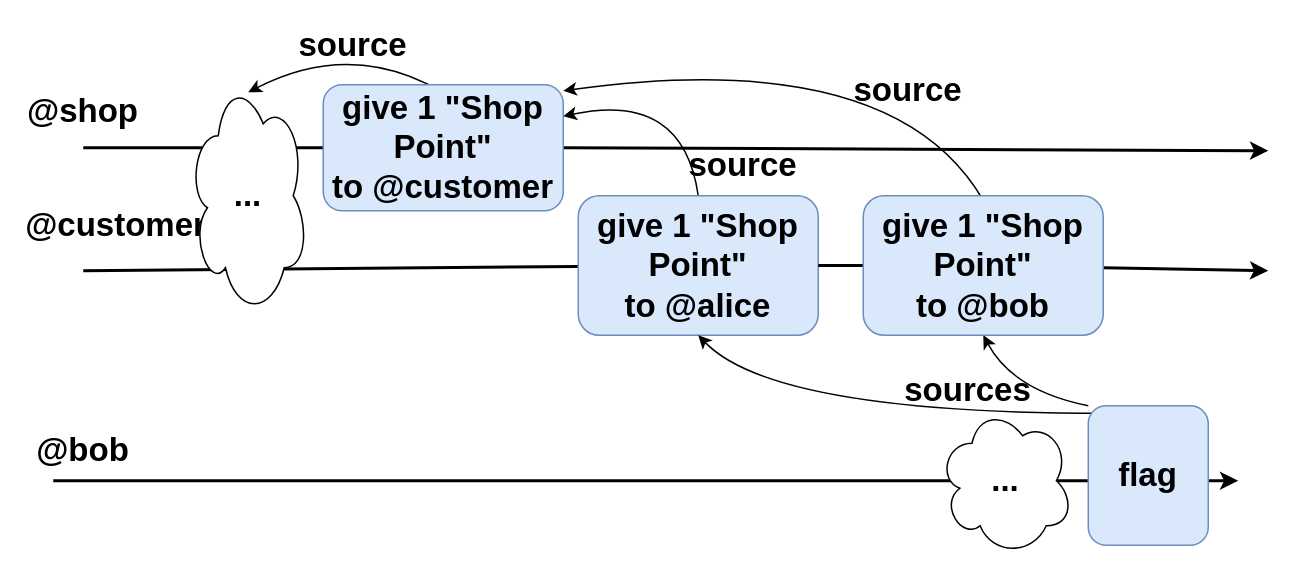
cn-uofbasel/local-tokens-paper keeps this draw.io diagram as figures/double-spend.drawio. Above is the earlier version. Source tidied: cells renumbered, new cells numbered last; positions are measured from the earlier drawing's top-left corner, leaving out a move shared by most shapes. Both pictures are drawn from the tidied source at 150%, with x=0, y=0 at pixel (52, 30).
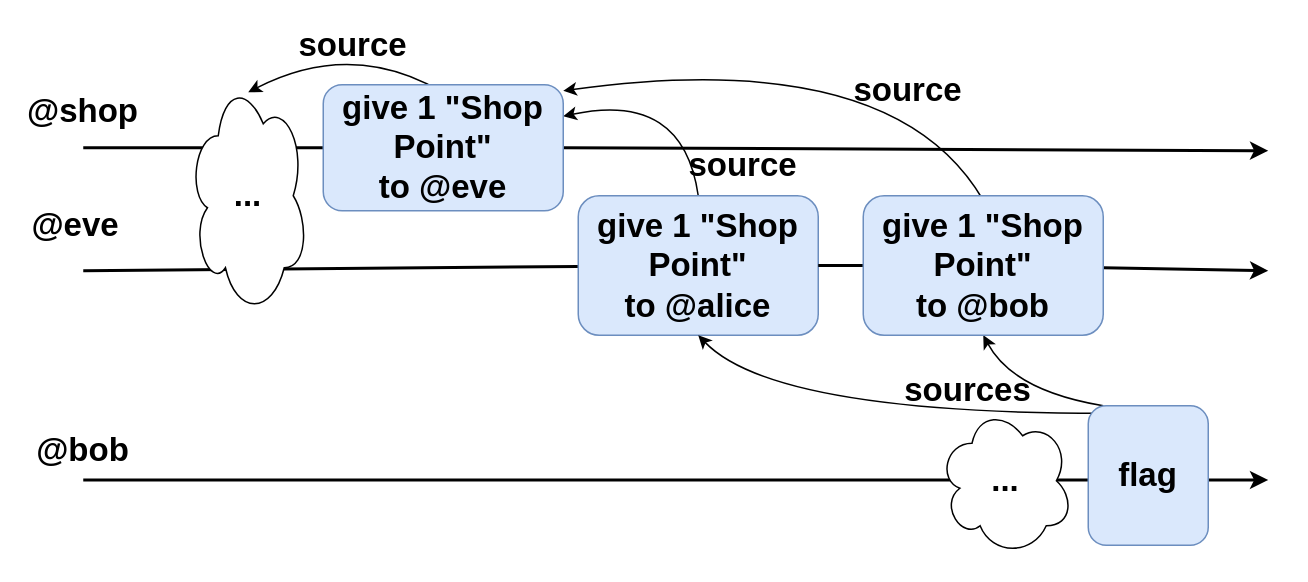
Above is the later version.

The change refers to these unchanged cells:
```xml
<mxCell id="23" value="flag" style="rounded=1;whiteSpace=wrap;html=1;fontSize=22;fillColor=#dae8fc;strokeColor=#6c8ebf;fontFamily=libertine;fontStyle=1;" parent="1" vertex="1">
  <mxGeometry x="690" y="250" width="80" height="93" as="geometry" />
</mxCell>
<mxCell id="24" value="give 1 &quot;Shop Point&quot;&lt;br style=&quot;font-size: 22px&quot;&gt;to @bob" style="rounded=1;whiteSpace=wrap;html=1;fontSize=22;fillColor=#dae8fc;strokeColor=#6c8ebf;fontFamily=libertine;fontStyle=1;" parent="1" vertex="1">
  <mxGeometry x="540" y="110" width="160" height="93" as="geometry" />
</mxCell>
```

Diff of the diagram source:
```diff
@@
-    <mxCell id="4" value="@customer" style="text;html=1;strokeColor=none;fillColor=none;align=center;verticalAlign=middle;whiteSpace=wrap;rounded=0;fontSize=22;fontFamily=libertine;fontStyle=1;" parent="1" vertex="1">
-      <mxGeometry x="22" y="120" width="40" height="20" as="geometry" />
+    <mxCell id="4" value="@eve" style="text;html=1;strokeColor=none;fillColor=none;align=center;verticalAlign=middle;whiteSpace=wrap;rounded=0;fontSize=22;fontFamily=libertine;fontStyle=1;" parent="1" vertex="1">
+      <mxGeometry x="-5" y="120" width="40" height="20" as="geometry" />
     </mxCell>
@@
-    <mxCell id="13" value="give 1 &quot;Shop Point&quot;&lt;br style=&quot;font-size: 22px;&quot;&gt;to @customer" style="rounded=1;whiteSpace=wrap;html=1;fontSize=22;fillColor=#dae8fc;strokeColor=#6c8ebf;fontFamily=libertine;fontStyle=1;" parent="1" vertex="1">
+    <mxCell id="13" value="give 1 &quot;Shop Point&quot;&lt;br style=&quot;font-size: 22px;&quot;&gt;to @eve" style="rounded=1;whiteSpace=wrap;html=1;fontSize=22;fillColor=#dae8fc;strokeColor=#6c8ebf;fontFamily=libertine;fontStyle=1;" parent="1" vertex="1">
       <mxGeometry x="180" y="36" width="160" height="84" as="geometry" />
     </mxCell>
@@
     <mxCell id="18" style="endArrow=classic;html=1;strokeWidth=2;startArrow=none;fontFamily=libertine;fontStyle=1;fontSize=22;" parent="1" edge="1">
       <mxGeometry relative="1" as="geometry">
-        <mxPoint y="300" as="sourcePoint" />
-        <mxPoint x="790" y="300" as="targetPoint" />
+        <mxPoint x="20" y="299.5" as="sourcePoint" />
+        <mxPoint x="810" y="299.5" as="targetPoint" />
       </mxGeometry>
     </mxCell>
@@
-    <mxCell id="22" style="curved=1;endArrow=none;html=1;fontSize=22;strokeWidth=1;startArrow=classic;startFill=1;endFill=0;exitX=0.5;exitY=1;exitDx=0;exitDy=0;fontFamily=libertine;fontStyle=1;entryX=0;entryY=0;entryDx=0;entryDy=0;" parent="1" edge="1" source="24" target="23">
+    <mxCell id="22" style="curved=1;endArrow=none;html=1;fontSize=22;strokeWidth=1;startArrow=classic;startFill=1;endFill=0;exitX=0.5;exitY=1;exitDx=0;exitDy=0;fontFamily=libertine;fontStyle=1;entryX=0.125;entryY=0;entryDx=0;entryDy=0;entryPerimeter=0;" parent="1" edge="1" source="24" target="23">
       <mxGeometry relative="1" as="geometry">
         <Array as="points">
           <mxPoint x="640" y="240" />
         </Array>
       </mxGeometry>
     </mxCell>
```
